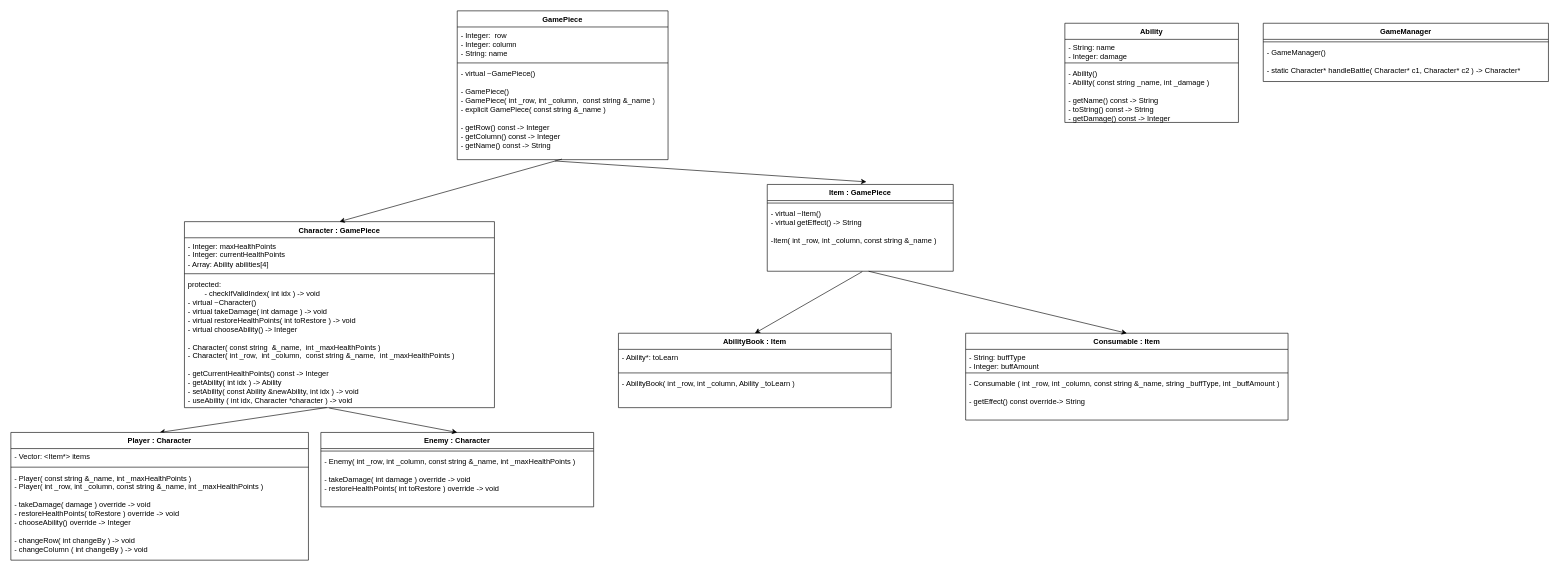
This is cli_game.drawio from klovelace21/cli_game, a draw.io file, before an edit. Source tidied: cells renumbered, new cells numbered last; positions are measured from the earlier drawing's top-left corner, leaving out a move shared by most shapes. Both pictures are drawn from the tidied source at 62%, with x=0, y=0 at pixel (11, 11).
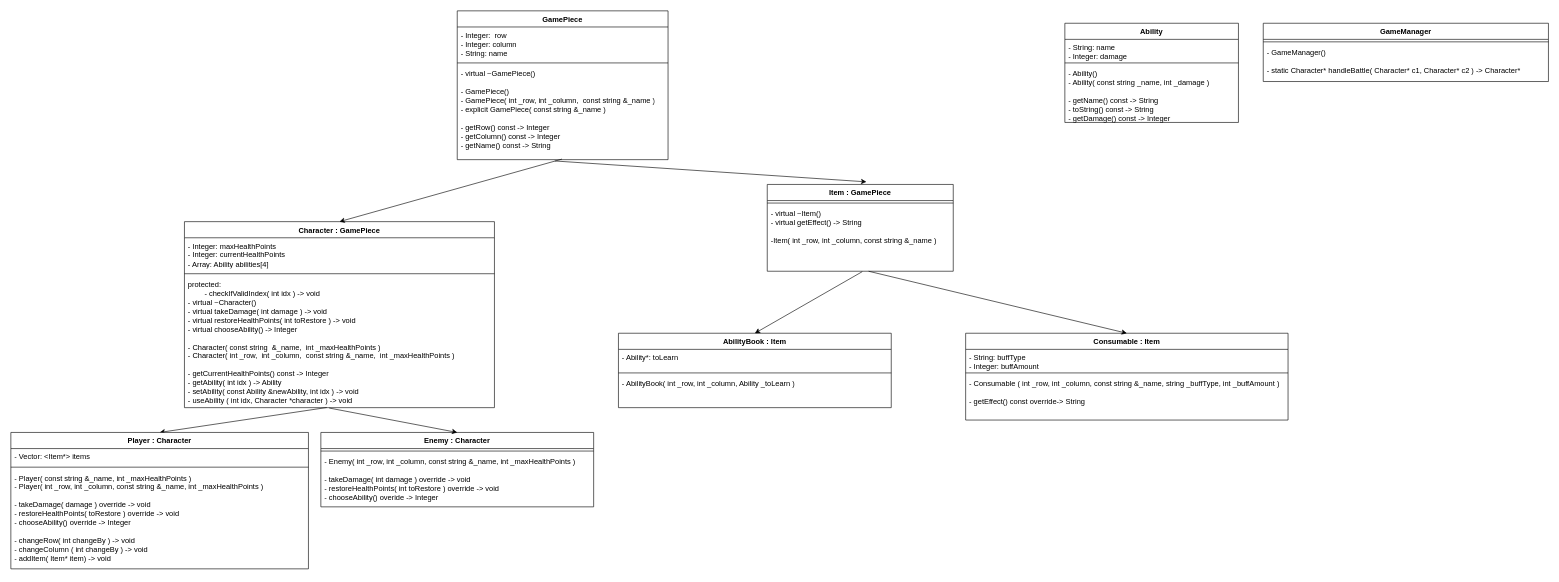
The same page after the edit.

Commit message (it also covers changes not shown here):
GameManager item encounter functionality

Unchanged cells that the change refers to:
```xml
<mxCell id="11" value="Enemy : Character" style="swimlane;fontStyle=1;align=center;verticalAlign=top;horizontal=1;startSize=26;whiteSpace=wrap;html=1;" parent="1" vertex="1">
  <mxGeometry x="500" y="680" width="440" height="120" as="geometry" />
</mxCell>
```

What changed in the source:
```diff
@@
-    <mxCell id="13" value="- Enemy( int _row, int _column, const string &amp;amp;_name, int _maxHealthPoints )&lt;br&gt;&lt;br&gt;- takeDamage( int damage ) override -&amp;gt; void&lt;br&gt;- restoreHealthPoints( int toRestore ) override -&amp;gt; void&lt;br&gt;" style="text;strokeColor=none;fillColor=none;align=left;verticalAlign=top;spacingLeft=4;spacingRight=4;overflow=hidden;whiteSpace=wrap;html=1;" parent="11" vertex="1">
+    <mxCell id="13" value="- Enemy( int _row, int _column, const string &amp;amp;_name, int _maxHealthPoints )&lt;br&gt;&lt;br&gt;- takeDamage( int damage ) override -&amp;gt; void&lt;br&gt;- restoreHealthPoints( int toRestore ) override -&amp;gt; void&lt;br&gt;- chooseAbility() overide -&amp;gt; Integer" style="text;strokeColor=none;fillColor=none;align=left;verticalAlign=top;spacingLeft=4;spacingRight=4;overflow=hidden;whiteSpace=wrap;html=1;" parent="11" vertex="1">
       <mxGeometry y="34" width="440" height="86" as="geometry" />
     </mxCell>
@@
     <mxCell id="34" value="Player : Character" style="swimlane;fontStyle=1;align=center;verticalAlign=top;horizontal=1;startSize=26;whiteSpace=wrap;html=1;" parent="1" vertex="1">
-      <mxGeometry y="680" width="480" height="206" as="geometry" />
+      <mxGeometry y="680" width="480" height="220" as="geometry" />
     </mxCell>
@@
-    <mxCell id="37" value="- Player( const string &amp;amp;_name, int _maxHealthPoints )&lt;br&gt;- Player( int _row, int _column, const string &amp;amp;_name, int _maxHealthPoints )&lt;br&gt;&lt;br&gt;- takeDamage( damage ) override -&amp;gt; void&lt;br&gt;- restoreHealthPoints( toRestore ) override -&amp;gt; void&lt;br&gt;- chooseAbility() override -&amp;gt; Integer&lt;br&gt;&lt;br&gt;- changeRow( int changeBy ) -&amp;gt; void&lt;br&gt;- changeColumn ( int changeBy ) -&amp;gt; void" style="text;strokeColor=none;fillColor=none;align=left;verticalAlign=top;spacingLeft=4;spacingRight=4;overflow=hidden;whiteSpace=wrap;html=1;" parent="34" vertex="1">
-      <mxGeometry y="60" width="480" height="146" as="geometry" />
+    <mxCell id="37" value="- Player( const string &amp;amp;_name, int _maxHealthPoints )&lt;br&gt;- Player( int _row, int _column, const string &amp;amp;_name, int _maxHealthPoints )&lt;br&gt;&lt;br&gt;- takeDamage( damage ) override -&amp;gt; void&lt;br&gt;- restoreHealthPoints( toRestore ) override -&amp;gt; void&lt;br&gt;- chooseAbility() override -&amp;gt; Integer&lt;br&gt;&lt;br&gt;- changeRow( int changeBy ) -&amp;gt; void&lt;br&gt;- changeColumn ( int changeBy ) -&amp;gt; void&lt;br&gt;- addItem( Item* item) -&amp;gt; void" style="text;strokeColor=none;fillColor=none;align=left;verticalAlign=top;spacingLeft=4;spacingRight=4;overflow=hidden;whiteSpace=wrap;html=1;" parent="34" vertex="1">
+      <mxGeometry y="60" width="480" height="160" as="geometry" />
     </mxCell>
```
